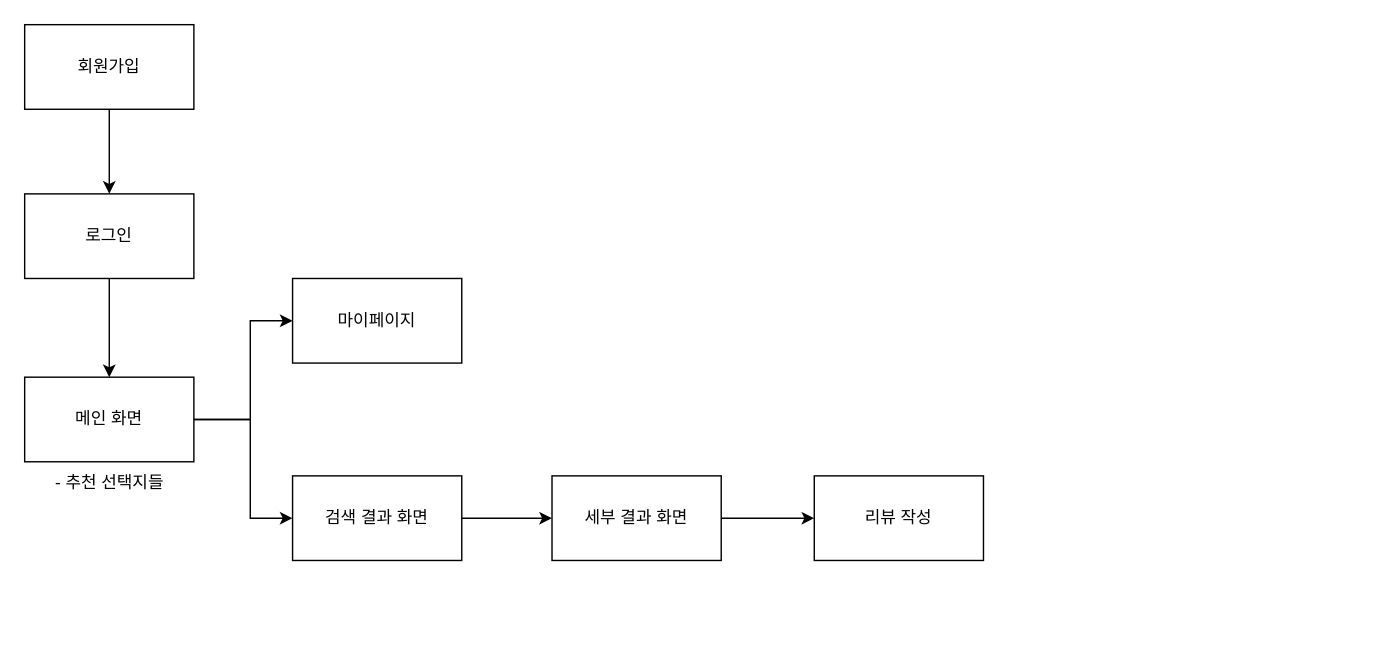
Earlier version of the draw.io diagram 망고 플로우차트.drawio (GDSC-Team-4/Mango_Back). Source tidied: cells renumbered, new cells numbered last; positions are measured from the earlier drawing's top-left corner, leaving out a move shared by most shapes. Both pictures are drawn from the tidied source at 141%, with x=0, y=0 at pixel (24, 24).
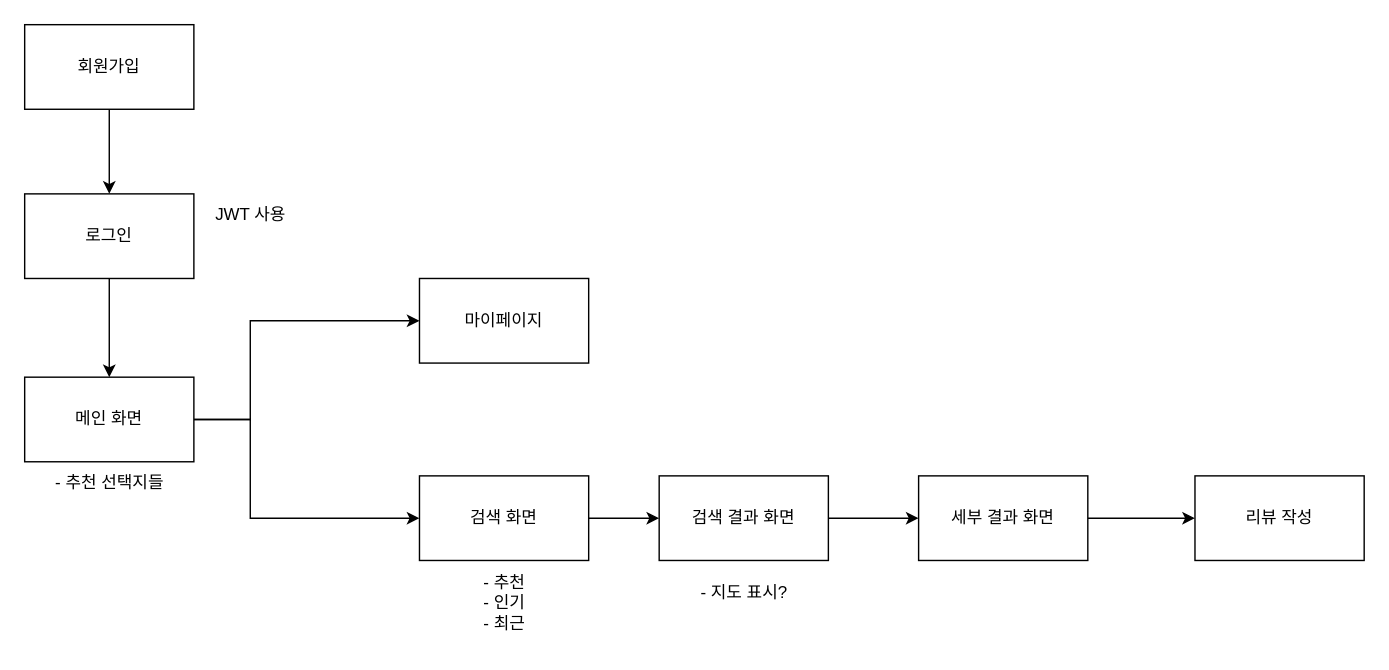
The same page after the edit.

Commit message:
망고 플로우차트.drawio 업데이트

The change refers to these unchanged cells:
```xml
<mxCell id="6" value="메인 화면" style="rounded=0;whiteSpace=wrap;html=1;" parent="1" vertex="1">
  <mxGeometry y="250" width="120" height="60" as="geometry" />
</mxCell>
```

Diff of the diagram source:
```diff
@@
-    <mxCell id="4" style="edgeStyle=orthogonalEdgeStyle;rounded=0;jettySize=auto;html=1;entryX=0;entryY=0.5;entryDx=0;entryDy=0;" parent="1" edge="1" source="6" target="10">
+    <mxCell id="4" style="edgeStyle=orthogonalEdgeStyle;rounded=0;jettySize=auto;html=1;entryX=0;entryY=0.5;entryDx=0;entryDy=0;" parent="1" edge="1" source="6" target="17">
       <mxGeometry relative="1" as="geometry">
         <Array as="points">
           <mxPoint x="160" y="280" />
           <mxPoint x="160" y="350" />
         </Array>
       </mxGeometry>
     </mxCell>
@@
     <mxCell id="10" value="검색 결과 화면" style="rounded=0;whiteSpace=wrap;html=1;" parent="1" vertex="1">
-      <mxGeometry x="190" y="320" width="120" height="60" as="geometry" />
+      <mxGeometry x="450" y="320" width="120" height="60" as="geometry" />
     </mxCell>
@@
     <mxCell id="12" value="마이페이지" style="whiteSpace=wrap;html=1;" parent="1" vertex="1">
-      <mxGeometry x="190" y="180" width="120" height="60" as="geometry" />
+      <mxGeometry x="280" y="180" width="120" height="60" as="geometry" />
     </mxCell>
@@
     <mxCell id="14" value="세부 결과 화면" style="whiteSpace=wrap;html=1;" parent="1" vertex="1">
-      <mxGeometry x="374" y="320" width="120" height="60" as="geometry" />
+      <mxGeometry x="634" y="320" width="120" height="60" as="geometry" />
     </mxCell>
     <mxCell id="15" value="리뷰 작성" style="whiteSpace=wrap;html=1;" parent="1" vertex="1">
-      <mxGeometry x="560" y="320" width="120" height="60" as="geometry" />
+      <mxGeometry x="830" y="320" width="120" height="60" as="geometry" />
     </mxCell>
+    <mxCell id="16" style="edgeStyle=orthogonalEdgeStyle;rounded=0;jettySize=auto;html=1;exitX=1;exitY=0.5;exitDx=0;exitDy=0;entryX=0;entryY=0.5;entryDx=0;entryDy=0;" parent="1" edge="1" source="17" target="10">
+      <mxGeometry relative="1" as="geometry" />
+    </mxCell>
+    <mxCell id="17" value="검색 화면" style="rounded=0;whiteSpace=wrap;html=1;" parent="1" vertex="1">
+      <mxGeometry x="280" y="320" width="120" height="60" as="geometry" />
+    </mxCell>
+    <mxCell id="18" value="- 추천&lt;br&gt;- 인기&lt;br&gt;- 최근" style="text;html=1;align=center;verticalAlign=middle;strokeColor=none;fillColor=none;" parent="1" vertex="1">
+      <mxGeometry x="315" y="380" width="50" height="60" as="geometry" />
+    </mxCell>
+    <mxCell id="19" value="JWT 사용" style="text;html=1;align=center;verticalAlign=middle;strokeColor=none;fillColor=none;" parent="1" vertex="1">
+      <mxGeometry x="120" y="120" width="80" height="30" as="geometry" />
+    </mxCell>
+    <mxCell id="20" value="- 지도 표시?" style="text;html=1;align=center;verticalAlign=middle;strokeColor=none;fillColor=none;" parent="1" vertex="1">
+      <mxGeometry x="465" y="388" width="90" height="30" as="geometry" />
+    </mxCell>
```
